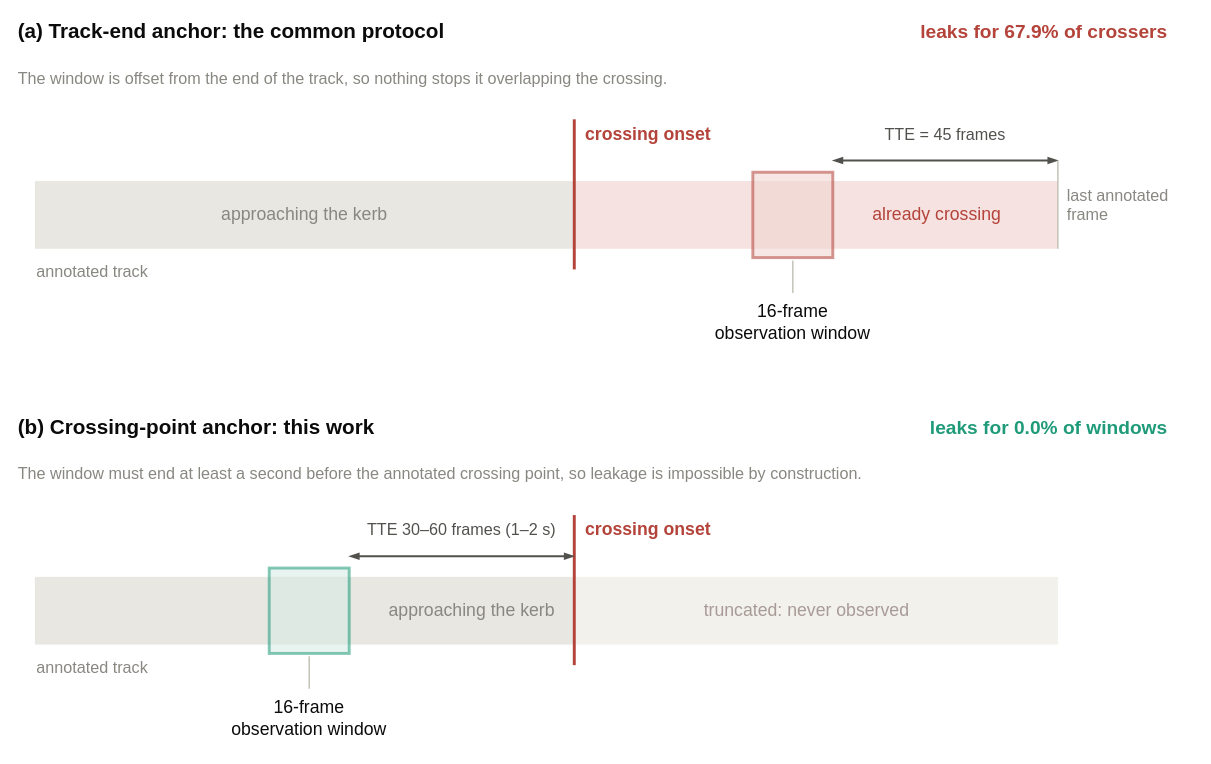
This is paper_and_artifacts/Journal_writing/drawio/fig3_protocol.drawio from arifshekhk8/pedestrian-crossing-intention-pie, a draw.io file, before an edit. Source tidied: cells renumbered, new cells numbered last; positions are measured from the earlier drawing's top-left corner, leaving out a move shared by most shapes. Both pictures are drawn from the tidied source at 93%, with x=0, y=0 at pixel (16, 16).
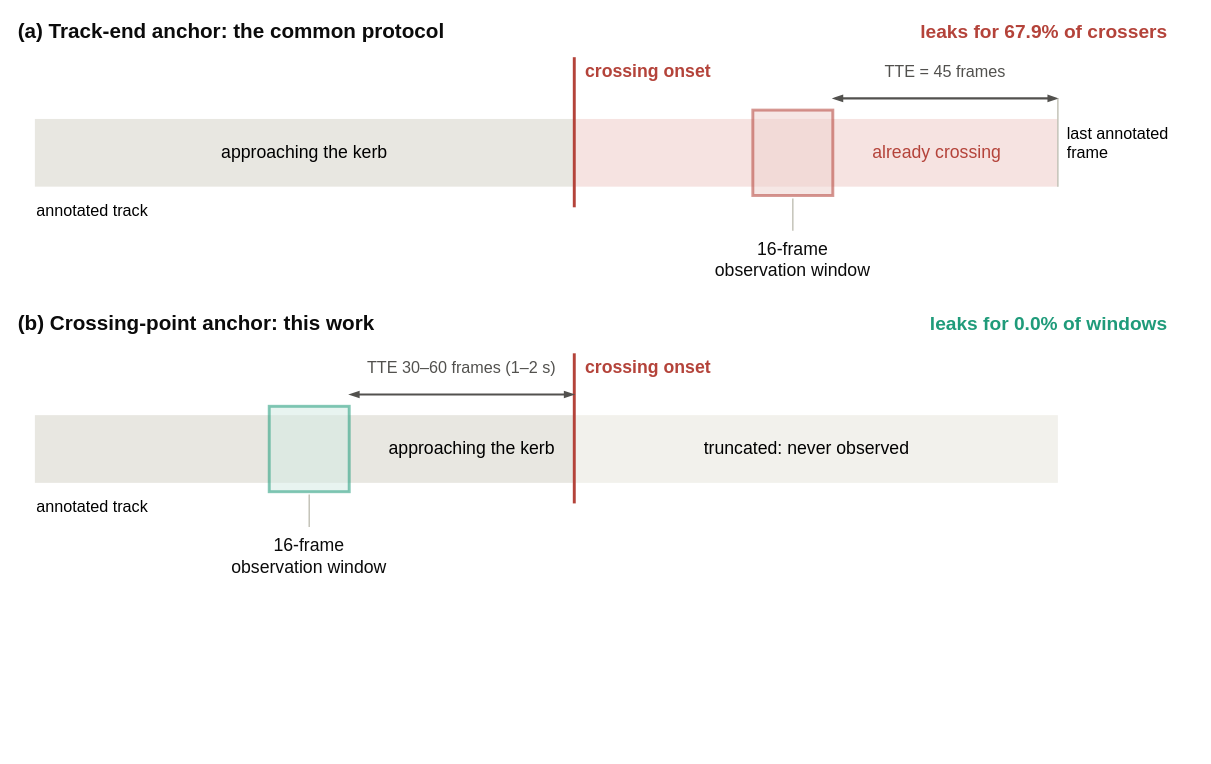
The same diagram, later.

Commit message (it also covers changes not shown here):
Regenerate the draw.io figures for statistics, protocol, leakage, curves and forest plot

Change to the diagram source:
```diff
@@
-    <mxCell id="4" value="The window is offset from the end of the track, so nothing stops it overlapping the crossing." style="text;html=1;whiteSpace=wrap;fillColor=none;strokeColor=none;fontSize=17.4;fontColor=#898781;fontStyle=0;align=left;verticalAlign=middle;" parent="1" vertex="1">
-      <mxGeometry y="38" width="1240" height="57" as="geometry" />
-    </mxCell>
+    <mxCell id="34" style="group;" parent="1" vertex="1">
+      <mxGeometry x="20" y="44" width="1248" height="250" as="geometry" />
+    </mxCell>
-    <mxCell id="5" style="rounded=0;whiteSpace=wrap;html=1;fillColor=#e8e7e1;strokeColor=none;strokeWidth=1.58;dashed=0;fontSize=17.4;fontColor=#0b0b0b;fontStyle=0;align=center;verticalAlign=middle;shadow=0;" parent="1" vertex="1">
-      <mxGeometry x="20" y="177.2" width="580" height="72.8" as="geometry" />
+    <mxCell id="5" style="rounded=0;whiteSpace=wrap;html=1;fillColor=#e8e7e1;strokeColor=none;strokeWidth=1.58;dashed=0;fontSize=17.4;fontColor=#0b0b0b;fontStyle=0;align=center;verticalAlign=middle;shadow=0;" parent="34" vertex="1">
+      <mxGeometry y="66.4" width="580" height="72.8" as="geometry" />
     </mxCell>
-    <mxCell id="6" style="rounded=0;whiteSpace=wrap;html=1;fillColor=#f6e3e1;strokeColor=none;strokeWidth=1.58;dashed=0;fontSize=17.4;fontColor=#0b0b0b;fontStyle=0;align=center;verticalAlign=middle;shadow=0;" parent="1" vertex="1">
-      <mxGeometry x="600" y="177.2" width="520" height="72.8" as="geometry" />
+    <mxCell id="6" style="rounded=0;whiteSpace=wrap;html=1;fillColor=#f6e3e1;strokeColor=none;strokeWidth=1.58;dashed=0;fontSize=17.4;fontColor=#0b0b0b;fontStyle=0;align=center;verticalAlign=middle;shadow=0;" parent="34" vertex="1">
+      <mxGeometry x="580" y="66.4" width="520" height="72.8" as="geometry" />
     </mxCell>
-    <mxCell id="7" value="approaching the kerb" style="text;html=1;whiteSpace=wrap;fillColor=none;strokeColor=none;fontSize=19.0;fontColor=#898781;fontStyle=0;align=center;verticalAlign=middle;" parent="1" vertex="1">
-      <mxGeometry x="180" y="177.2" width="260" height="72.8" as="geometry" />
+    <mxCell id="7" value="&lt;span style=&quot;color: rgb(0, 0, 0);&quot;&gt;approaching the kerb&lt;/span&gt;" style="text;html=1;whiteSpace=wrap;fillColor=none;strokeColor=none;fontSize=19.0;fontColor=#898781;fontStyle=0;align=center;verticalAlign=middle;" parent="34" vertex="1">
+      <mxGeometry x="160" y="66.4" width="260" height="72.8" as="geometry" />
     </mxCell>
-    <mxCell id="8" value="already crossing" style="text;html=1;whiteSpace=wrap;fillColor=none;strokeColor=none;fontSize=19.0;fontColor=#b4433a;fontStyle=0;align=center;verticalAlign=middle;" parent="1" vertex="1">
-      <mxGeometry x="860" y="177.2" width="260" height="72.8" as="geometry" />
+    <mxCell id="8" value="already crossing" style="text;html=1;whiteSpace=wrap;fillColor=none;strokeColor=none;fontSize=19.0;fontColor=#b4433a;fontStyle=0;align=center;verticalAlign=middle;" parent="34" vertex="1">
+      <mxGeometry x="840" y="66.4" width="260" height="72.8" as="geometry" />
     </mxCell>
-    <mxCell id="9" style="endArrow=none;startArrow=none;endFill=0;startFill=0;html=1;rounded=0;strokeColor=#b4433a;strokeWidth=3.16;dashed=0;edgeStyle=none;endSize=5;startSize=5;" parent="1" edge="1">
+    <mxCell id="9" style="endArrow=none;startArrow=none;endFill=0;startFill=0;html=1;rounded=0;strokeColor=#b4433a;strokeWidth=3.16;dashed=0;edgeStyle=none;endSize=5;startSize=5;" parent="34" edge="1">
       <mxGeometry relative="1" as="geometry">
-        <mxPoint x="600" y="110.8" as="sourcePoint" />
-        <mxPoint x="600" y="272.2" as="targetPoint" />
+        <mxPoint x="580" as="sourcePoint" />
+        <mxPoint x="580" y="161.4" as="targetPoint" />
       </mxGeometry>
     </mxCell>
-    <mxCell id="10" value="crossing onset" style="text;html=1;whiteSpace=wrap;fillColor=none;strokeColor=none;fontSize=19.0;fontColor=#b4433a;fontStyle=1;align=left;verticalAlign=middle;" parent="1" vertex="1">
-      <mxGeometry x="610" y="110.8" width="220" height="31.6" as="geometry" />
+    <mxCell id="10" value="crossing onset" style="text;html=1;whiteSpace=wrap;fillColor=none;strokeColor=none;fontSize=19.0;fontColor=#b4433a;fontStyle=1;align=left;verticalAlign=middle;" parent="34" vertex="1">
+      <mxGeometry x="590" width="220" height="31.6" as="geometry" />
     </mxCell>
-    <mxCell id="11" value="annotated track" style="text;html=1;whiteSpace=wrap;fillColor=none;strokeColor=none;fontSize=17.4;fontColor=#898781;fontStyle=0;align=left;verticalAlign=middle;" parent="1" vertex="1">
-      <mxGeometry x="20" y="259.5" width="240" height="31.6" as="geometry" />
+    <mxCell id="11" value="&lt;span style=&quot;color: rgb(0, 0, 0);&quot;&gt;annotated track&lt;/span&gt;" style="text;html=1;whiteSpace=wrap;fillColor=none;strokeColor=none;fontSize=17.4;fontColor=#898781;fontStyle=0;align=left;verticalAlign=middle;" parent="34" vertex="1">
+      <mxGeometry y="148.7" width="240" height="31.6" as="geometry" />
     </mxCell>
-    <mxCell id="12" style="rounded=0;whiteSpace=wrap;html=1;fillColor=#efd3d0;strokeColor=#b4433a;strokeWidth=3.16;dashed=0;fontSize=17.4;fontColor=#0b0b0b;fontStyle=0;align=center;verticalAlign=middle;opacity=55;shadow=0;" parent="1" vertex="1">
-      <mxGeometry x="792" y="167.7" width="86" height="91.8" as="geometry" />
+    <mxCell id="12" style="rounded=0;whiteSpace=wrap;html=1;fillColor=#efd3d0;strokeColor=#b4433a;strokeWidth=3.16;dashed=0;fontSize=17.4;fontColor=#0b0b0b;fontStyle=0;align=center;verticalAlign=middle;opacity=55;shadow=0;" parent="34" vertex="1">
+      <mxGeometry x="772" y="56.9" width="86" height="91.8" as="geometry" />
     </mxCell>
-    <mxCell id="13" style="endArrow=none;startArrow=none;endFill=0;startFill=0;html=1;rounded=0;strokeColor=#c3c2b7;strokeWidth=1.58;dashed=0;edgeStyle=none;endSize=5;startSize=5;" parent="1" edge="1">
+    <mxCell id="13" style="endArrow=none;startArrow=none;endFill=0;startFill=0;html=1;rounded=0;strokeColor=#c3c2b7;strokeWidth=1.58;dashed=0;edgeStyle=none;endSize=5;startSize=5;" parent="34" edge="1">
       <mxGeometry relative="1" as="geometry">
-        <mxPoint x="835" y="262.7" as="sourcePoint" />
-        <mxPoint x="835" y="297.5" as="targetPoint" />
+        <mxPoint x="815" y="151.9" as="sourcePoint" />
+        <mxPoint x="815" y="186.7" as="targetPoint" />
       </mxGeometry>
     </mxCell>
-    <mxCell id="14" value="16-frame&lt;br&gt;observation window" style="text;html=1;whiteSpace=wrap;fillColor=none;strokeColor=none;fontSize=19.0;fontColor=#0b0b0b;fontStyle=0;align=center;verticalAlign=middle;" parent="1" vertex="1">
-      <mxGeometry x="702" y="297.5" width="266" height="63.3" as="geometry" />
+    <mxCell id="14" value="16-frame&lt;br&gt;observation window" style="text;html=1;whiteSpace=wrap;fillColor=none;strokeColor=none;fontSize=19.0;fontColor=#0b0b0b;fontStyle=0;align=center;verticalAlign=middle;" parent="34" vertex="1">
+      <mxGeometry x="682" y="186.7" width="266" height="63.3" as="geometry" />
     </mxCell>
-    <mxCell id="15" style="endArrow=blockThin;startArrow=blockThin;endFill=1;startFill=1;html=1;rounded=0;strokeColor=#52514e;strokeWidth=2.37;dashed=0;edgeStyle=none;endSize=5;startSize=5;" parent="1" edge="1">
+    <mxCell id="15" style="endArrow=blockThin;startArrow=blockThin;endFill=1;startFill=1;html=1;rounded=0;strokeColor=#52514e;strokeWidth=2.37;dashed=0;edgeStyle=none;endSize=5;startSize=5;" parent="34" edge="1">
       <mxGeometry relative="1" as="geometry">
-        <mxPoint x="878" y="155.1" as="sourcePoint" />
-        <mxPoint x="1120" y="155.1" as="targetPoint" />
+        <mxPoint x="858" y="44.3" as="sourcePoint" />
+        <mxPoint x="1100" y="44.3" as="targetPoint" />
       </mxGeometry>
     </mxCell>
-    <mxCell id="16" value="TTE = 45 frames" style="text;html=1;whiteSpace=wrap;fillColor=none;strokeColor=none;fontSize=17.4;fontColor=#52514e;fontStyle=0;align=center;verticalAlign=middle;" parent="1" vertex="1">
-      <mxGeometry x="878" y="110.8" width="242" height="31.6" as="geometry" />
+    <mxCell id="16" value="TTE = 45 frames" style="text;html=1;whiteSpace=wrap;fillColor=none;strokeColor=none;fontSize=17.4;fontColor=#52514e;fontStyle=0;align=center;verticalAlign=middle;" parent="34" vertex="1">
+      <mxGeometry x="858" width="242" height="31.6" as="geometry" />
     </mxCell>
-    <mxCell id="17" style="endArrow=none;startArrow=none;endFill=0;startFill=0;html=1;rounded=0;strokeColor=#c3c2b7;strokeWidth=1.58;dashed=0;edgeStyle=none;endSize=5;startSize=5;" parent="1" edge="1">
+    <mxCell id="17" style="endArrow=none;startArrow=none;endFill=0;startFill=0;html=1;rounded=0;strokeColor=#c3c2b7;strokeWidth=1.58;dashed=0;edgeStyle=none;endSize=5;startSize=5;" parent="34" edge="1">
       <mxGeometry relative="1" as="geometry">
-        <mxPoint x="1120" y="155.1" as="sourcePoint" />
-        <mxPoint x="1120" y="250" as="targetPoint" />
+        <mxPoint x="1100" y="44.3" as="sourcePoint" />
+        <mxPoint x="1100" y="139.2" as="targetPoint" />
       </mxGeometry>
     </mxCell>
-    <mxCell id="18" value="last annotated&lt;br&gt;frame" style="text;html=1;whiteSpace=wrap;fillColor=none;strokeColor=none;fontSize=17.4;fontColor=#898781;fontStyle=0;align=left;verticalAlign=middle;" parent="1" vertex="1">
-      <mxGeometry x="1128" y="170.9" width="140" height="63.3" as="geometry" />
+    <mxCell id="18" value="&lt;span style=&quot;color: rgb(0, 0, 0);&quot;&gt;last annotated&lt;br&gt;frame&lt;/span&gt;" style="text;html=1;whiteSpace=wrap;fillColor=none;strokeColor=none;fontSize=17.4;fontColor=#898781;fontStyle=0;align=left;verticalAlign=middle;" parent="34" vertex="1">
+      <mxGeometry x="1108" y="60.1" width="140" height="63.3" as="geometry" />
     </mxCell>
+    <mxCell id="35" style="group;" parent="1" vertex="1">
+      <mxGeometry y="314" width="1240" height="298.5" as="geometry" />
+    </mxCell>
-    <mxCell id="19" value="(b)  Crossing-point anchor: this work" style="text;html=1;whiteSpace=wrap;fillColor=none;strokeColor=none;fontSize=22.2;fontColor=#0b0b0b;fontStyle=1;align=left;verticalAlign=middle;" parent="1" vertex="1">
-      <mxGeometry y="425.6" width="900" height="34.8" as="geometry" />
+    <mxCell id="19" value="(b)  Crossing-point anchor: this work" style="text;html=1;whiteSpace=wrap;fillColor=none;strokeColor=none;fontSize=22.2;fontColor=#0b0b0b;fontStyle=1;align=left;verticalAlign=middle;" parent="35" vertex="1">
+      <mxGeometry width="900" height="34.8" as="geometry" />
     </mxCell>
-    <mxCell id="20" value="leaks for 0.0% of windows" style="text;html=1;whiteSpace=wrap;fillColor=none;strokeColor=none;fontSize=20.6;fontColor=#1f9b7a;fontStyle=1;align=right;verticalAlign=middle;" parent="1" vertex="1">
-      <mxGeometry x="960" y="425.6" width="280" height="34.8" as="geometry" />
+    <mxCell id="20" value="leaks for 0.0% of windows" style="text;html=1;whiteSpace=wrap;fillColor=none;strokeColor=none;fontSize=20.6;fontColor=#1f9b7a;fontStyle=1;align=right;verticalAlign=middle;" parent="35" vertex="1">
+      <mxGeometry x="960" width="280" height="34.8" as="geometry" />
     </mxCell>
-    <mxCell id="21" value="The window must end at least a second before the annotated crossing point, so leakage is impossible by construction." style="text;html=1;whiteSpace=wrap;fillColor=none;strokeColor=none;fontSize=17.4;fontColor=#898781;fontStyle=0;align=left;verticalAlign=middle;" parent="1" vertex="1">
-      <mxGeometry y="463.6" width="1240" height="57" as="geometry" />
-    </mxCell>
+    <mxCell id="36" style="group;" parent="35" vertex="1">
+      <mxGeometry x="20" y="48.4" width="1100" height="250.1" as="geometry" />
+    </mxCell>
-    <mxCell id="22" style="rounded=0;whiteSpace=wrap;html=1;fillColor=#e8e7e1;strokeColor=none;strokeWidth=1.58;dashed=0;fontSize=17.4;fontColor=#0b0b0b;fontStyle=0;align=center;verticalAlign=middle;shadow=0;" parent="1" vertex="1">
-      <mxGeometry x="20" y="602.8" width="580" height="72.8" as="geometry" />
+    <mxCell id="22" style="rounded=0;whiteSpace=wrap;html=1;fillColor=#e8e7e1;strokeColor=none;strokeWidth=1.58;dashed=0;fontSize=17.4;fontColor=#0b0b0b;fontStyle=0;align=center;verticalAlign=middle;shadow=0;" parent="36" vertex="1">
+      <mxGeometry y="66.5" width="580" height="72.8" as="geometry" />
     </mxCell>
-    <mxCell id="23" style="rounded=0;whiteSpace=wrap;html=1;fillColor=#f2f1ec;strokeColor=none;strokeWidth=1.58;dashed=0;fontSize=17.4;fontColor=#0b0b0b;fontStyle=0;align=center;verticalAlign=middle;shadow=0;" parent="1" vertex="1">
-      <mxGeometry x="600" y="602.8" width="520" height="72.8" as="geometry" />
+    <mxCell id="23" style="rounded=0;whiteSpace=wrap;html=1;fillColor=#f2f1ec;strokeColor=none;strokeWidth=1.58;dashed=0;fontSize=17.4;fontColor=#0b0b0b;fontStyle=0;align=center;verticalAlign=middle;shadow=0;" parent="36" vertex="1">
+      <mxGeometry x="580" y="66.5" width="520" height="72.8" as="geometry" />
     </mxCell>
-    <mxCell id="24" value="approaching the kerb" style="text;html=1;whiteSpace=wrap;fillColor=none;strokeColor=none;fontSize=19.0;fontColor=#898781;fontStyle=0;align=center;verticalAlign=middle;" parent="1" vertex="1">
-      <mxGeometry x="360" y="602.8" width="260" height="72.8" as="geometry" />
+    <mxCell id="24" value="&lt;span style=&quot;color: rgb(0, 0, 0);&quot;&gt;approaching the kerb&lt;/span&gt;" style="text;html=1;whiteSpace=wrap;fillColor=none;strokeColor=none;fontSize=19.0;fontColor=#898781;fontStyle=0;align=center;verticalAlign=middle;" parent="36" vertex="1">
+      <mxGeometry x="340" y="66.5" width="260" height="72.8" as="geometry" />
     </mxCell>
-    <mxCell id="25" value="truncated: never observed" style="text;html=1;whiteSpace=wrap;fillColor=none;strokeColor=none;fontSize=19.0;fontColor=#a89a97;fontStyle=0;align=center;verticalAlign=middle;" parent="1" vertex="1">
-      <mxGeometry x="720" y="602.8" width="260" height="72.8" as="geometry" />
+    <mxCell id="25" value="&lt;span style=&quot;color: rgb(0, 0, 0);&quot;&gt;truncated: never observed&lt;/span&gt;" style="text;html=1;whiteSpace=wrap;fillColor=none;strokeColor=none;fontSize=19.0;fontColor=#a89a97;fontStyle=0;align=center;verticalAlign=middle;" parent="36" vertex="1">
+      <mxGeometry x="700" y="66.5" width="260" height="72.8" as="geometry" />
     </mxCell>
-    <mxCell id="26" style="endArrow=none;startArrow=none;endFill=0;startFill=0;html=1;rounded=0;strokeColor=#b4433a;strokeWidth=3.16;dashed=0;edgeStyle=none;endSize=5;startSize=5;" parent="1" edge="1">
+    <mxCell id="26" style="endArrow=none;startArrow=none;endFill=0;startFill=0;html=1;rounded=0;strokeColor=#b4433a;strokeWidth=3.16;dashed=0;edgeStyle=none;endSize=5;startSize=5;" parent="36" edge="1">
       <mxGeometry relative="1" as="geometry">
-        <mxPoint x="600" y="536.3" as="sourcePoint" />
-        <mxPoint x="600" y="697.7" as="targetPoint" />
+        <mxPoint x="580" as="sourcePoint" />
+        <mxPoint x="580" y="161.4" as="targetPoint" />
       </mxGeometry>
     </mxCell>
-    <mxCell id="27" value="crossing onset" style="text;html=1;whiteSpace=wrap;fillColor=none;strokeColor=none;fontSize=19.0;fontColor=#b4433a;fontStyle=1;align=left;verticalAlign=middle;" parent="1" vertex="1">
-      <mxGeometry x="610" y="536.3" width="220" height="31.6" as="geometry" />
+    <mxCell id="27" value="crossing onset" style="text;html=1;whiteSpace=wrap;fillColor=none;strokeColor=none;fontSize=19.0;fontColor=#b4433a;fontStyle=1;align=left;verticalAlign=middle;" parent="36" vertex="1">
+      <mxGeometry x="590" width="220" height="31.6" as="geometry" />
     </mxCell>
-    <mxCell id="28" value="annotated track" style="text;html=1;whiteSpace=wrap;fillColor=none;strokeColor=none;fontSize=17.4;fontColor=#898781;fontStyle=0;align=left;verticalAlign=middle;" parent="1" vertex="1">
-      <mxGeometry x="20" y="685.1" width="240" height="31.6" as="geometry" />
+    <mxCell id="28" value="&lt;span style=&quot;color: rgb(0, 0, 0);&quot;&gt;annotated track&lt;/span&gt;" style="text;html=1;whiteSpace=wrap;fillColor=none;strokeColor=none;fontSize=17.4;fontColor=#898781;fontStyle=0;align=left;verticalAlign=middle;" parent="36" vertex="1">
+      <mxGeometry y="148.8" width="240" height="31.6" as="geometry" />
     </mxCell>
-    <mxCell id="29" style="rounded=0;whiteSpace=wrap;html=1;fillColor=#d5ece4;strokeColor=#1f9b7a;strokeWidth=3.16;dashed=0;fontSize=17.4;fontColor=#0b0b0b;fontStyle=0;align=center;verticalAlign=middle;opacity=55;shadow=0;" parent="1" vertex="1">
-      <mxGeometry x="272" y="593.3" width="86" height="91.8" as="geometry" />
+    <mxCell id="29" style="rounded=0;whiteSpace=wrap;html=1;fillColor=#d5ece4;strokeColor=#1f9b7a;strokeWidth=3.16;dashed=0;fontSize=17.4;fontColor=#0b0b0b;fontStyle=0;align=center;verticalAlign=middle;opacity=55;shadow=0;" parent="36" vertex="1">
+      <mxGeometry x="252" y="57" width="86" height="91.8" as="geometry" />
     </mxCell>
-    <mxCell id="30" style="endArrow=none;startArrow=none;endFill=0;startFill=0;html=1;rounded=0;strokeColor=#c3c2b7;strokeWidth=1.58;dashed=0;edgeStyle=none;endSize=5;startSize=5;" parent="1" edge="1">
+    <mxCell id="30" style="endArrow=none;startArrow=none;endFill=0;startFill=0;html=1;rounded=0;strokeColor=#c3c2b7;strokeWidth=1.58;dashed=0;edgeStyle=none;endSize=5;startSize=5;" parent="36" edge="1">
       <mxGeometry relative="1" as="geometry">
-        <mxPoint x="315" y="688.2" as="sourcePoint" />
-        <mxPoint x="315" y="723.1" as="targetPoint" />
+        <mxPoint x="295" y="151.9" as="sourcePoint" />
+        <mxPoint x="295" y="186.8" as="targetPoint" />
       </mxGeometry>
     </mxCell>
-    <mxCell id="31" value="16-frame&lt;br&gt;observation window" style="text;html=1;whiteSpace=wrap;fillColor=none;strokeColor=none;fontSize=19.0;fontColor=#0b0b0b;fontStyle=0;align=center;verticalAlign=middle;" parent="1" vertex="1">
-      <mxGeometry x="182" y="723.1" width="266" height="63.3" as="geometry" />
+    <mxCell id="31" value="16-frame&lt;br&gt;observation window" style="text;html=1;whiteSpace=wrap;fillColor=none;strokeColor=none;fontSize=19.0;fontColor=#0b0b0b;fontStyle=0;align=center;verticalAlign=middle;" parent="36" vertex="1">
+      <mxGeometry x="162" y="186.8" width="266" height="63.3" as="geometry" />
     </mxCell>
-    <mxCell id="32" style="endArrow=blockThin;startArrow=blockThin;endFill=1;startFill=1;html=1;rounded=0;strokeColor=#52514e;strokeWidth=2.37;dashed=0;edgeStyle=none;endSize=5;startSize=5;" parent="1" edge="1">
+    <mxCell id="32" style="endArrow=blockThin;startArrow=blockThin;endFill=1;startFill=1;html=1;rounded=0;strokeColor=#52514e;strokeWidth=2.37;dashed=0;edgeStyle=none;endSize=5;startSize=5;" parent="36" edge="1">
       <mxGeometry relative="1" as="geometry">
-        <mxPoint x="358" y="580.6" as="sourcePoint" />
-        <mxPoint x="600" y="580.6" as="targetPoint" />
+        <mxPoint x="338" y="44.3" as="sourcePoint" />
+        <mxPoint x="580" y="44.3" as="targetPoint" />
       </mxGeometry>
     </mxCell>
-    <mxCell id="33" value="TTE 30–60 frames (1–2 s)" style="text;html=1;whiteSpace=wrap;fillColor=none;strokeColor=none;fontSize=17.4;fontColor=#52514e;fontStyle=0;align=center;verticalAlign=middle;" parent="1" vertex="1">
-      <mxGeometry x="358" y="536.3" width="242" height="31.6" as="geometry" />
+    <mxCell id="33" value="TTE 30–60 frames (1–2 s)" style="text;html=1;whiteSpace=wrap;fillColor=none;strokeColor=none;fontSize=17.4;fontColor=#52514e;fontStyle=0;align=center;verticalAlign=middle;" parent="36" vertex="1">
+      <mxGeometry x="338" width="242" height="31.6" as="geometry" />
     </mxCell>
```
